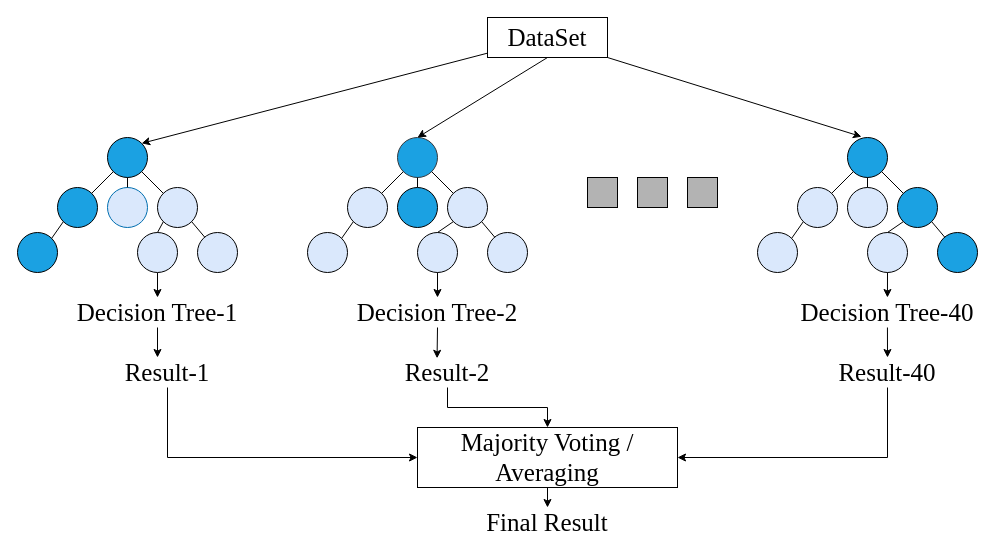
This is RF.drawio from Lu-Ming-Song/C, a draw.io file, before an edit. Source tidied: cells renumbered, new cells numbered last; positions are measured from the earlier drawing's top-left corner, leaving out a move shared by most shapes. Both pictures are drawn from the tidied source at 100%, with x=0, y=0 at pixel (17, 17).
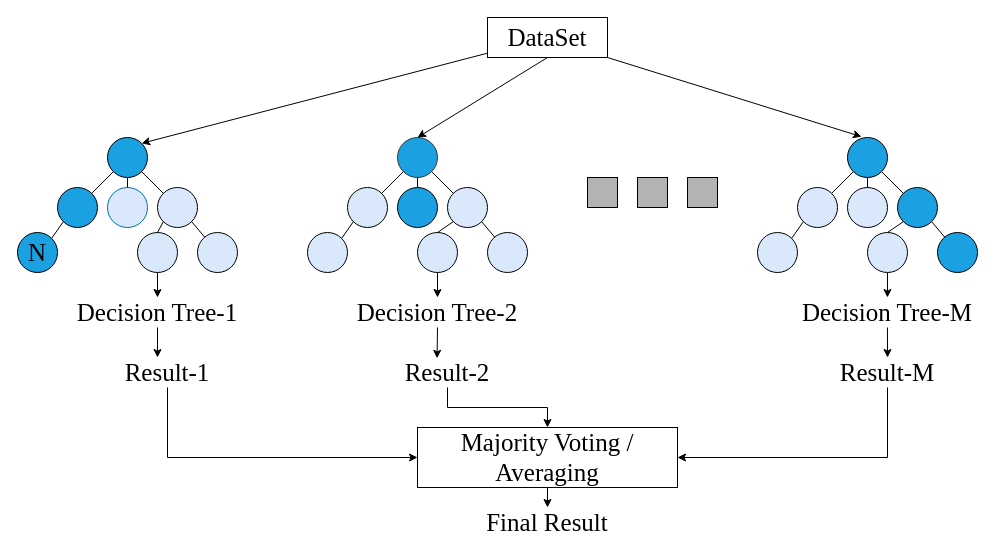
After the change.

Diff of the diagram source:
```diff
@@
-    <mxCell id="5" style="ellipse;whiteSpace=wrap;html=1;fillColor=#1BA1E2;" parent="1" vertex="1">
+    <mxCell id="5" value="&lt;font style=&quot;font-size: 25px;&quot; face=&quot;Times New Roman&quot;&gt;N&lt;/font&gt;" style="ellipse;whiteSpace=wrap;html=1;fillColor=#1BA1E2;" parent="1" vertex="1">
       <mxGeometry y="215" width="40" height="40" as="geometry" />
     </mxCell>
@@
-    <mxCell id="53" value="&lt;font style=&quot;font-size: 25px;&quot; face=&quot;Times New Roman&quot;&gt;Decision Tree-40&lt;/font&gt;" style="text;strokeColor=none;align=center;fillColor=none;html=1;verticalAlign=middle;whiteSpace=wrap;rounded=0;" parent="1" vertex="1">
+    <mxCell id="53" value="&lt;font style=&quot;font-size: 25px;&quot; face=&quot;Times New Roman&quot;&gt;Decision Tree-M&lt;/font&gt;" style="text;strokeColor=none;align=center;fillColor=none;html=1;verticalAlign=middle;whiteSpace=wrap;rounded=0;" parent="1" vertex="1">
       <mxGeometry x="771.2" y="280" width="197.5" height="30" as="geometry" />
     </mxCell>
@@
-    <mxCell id="60" value="&lt;font style=&quot;font-size: 25px;&quot; face=&quot;Times New Roman&quot;&gt;Result-40&lt;/font&gt;" style="text;strokeColor=none;align=center;fillColor=none;html=1;verticalAlign=middle;whiteSpace=wrap;rounded=0;" parent="1" vertex="1">
+    <mxCell id="60" value="&lt;font style=&quot;font-size: 25px;&quot; face=&quot;Times New Roman&quot;&gt;Result-M&lt;/font&gt;" style="text;strokeColor=none;align=center;fillColor=none;html=1;verticalAlign=middle;whiteSpace=wrap;rounded=0;" parent="1" vertex="1">
       <mxGeometry x="810" y="340" width="120" height="30" as="geometry" />
     </mxCell>
```
